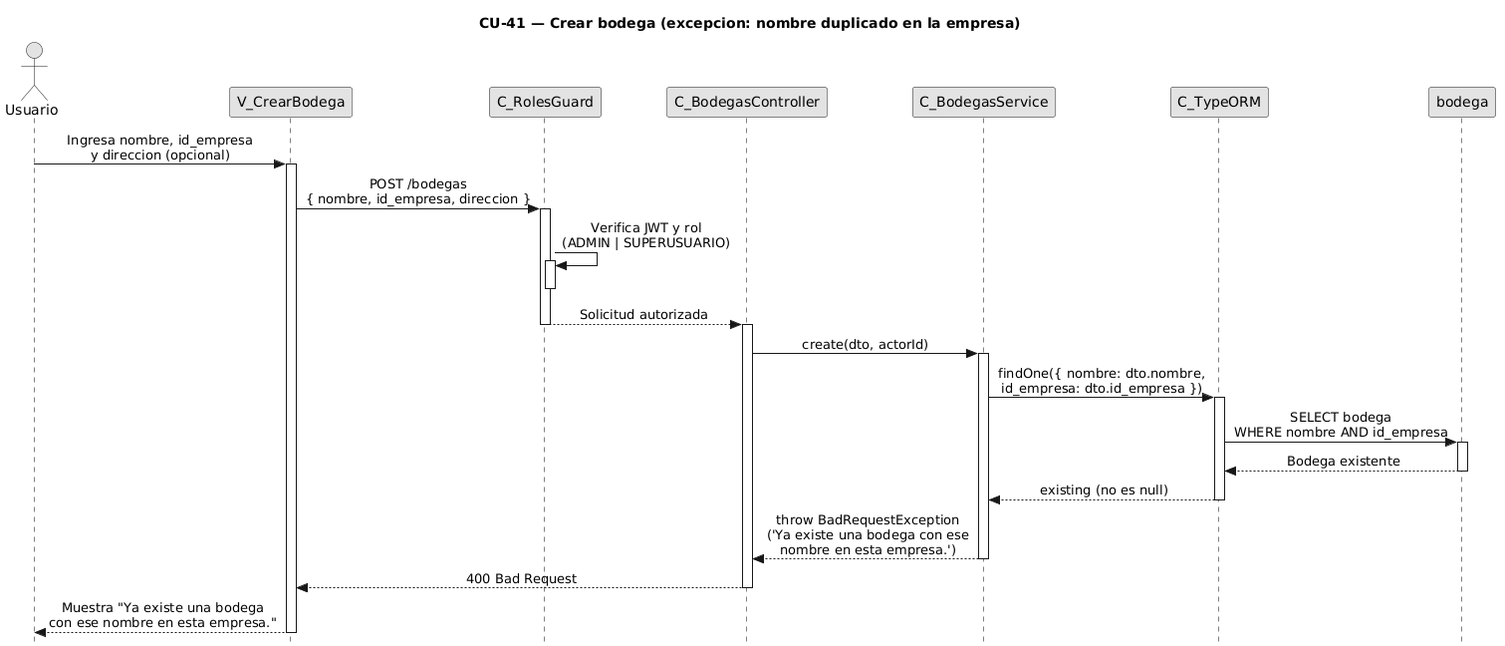
Earlier version of the PlantUML export diagramas-secuencia/CU41/CU41-exc-nombre-duplicado.png (FSM-Finet-y-Cable-Magico/Team_1-Inventario-y-Bodega).
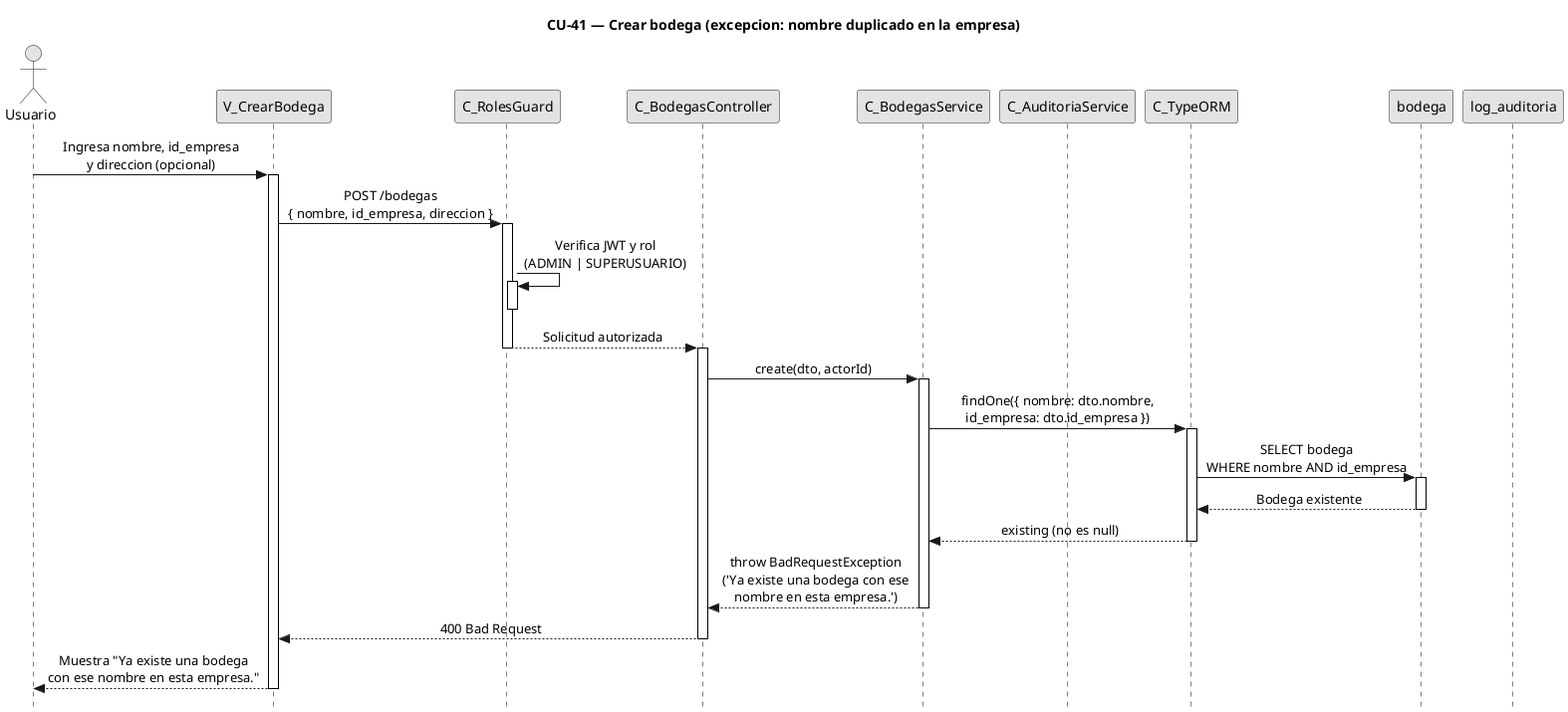
After the commit.

Diff of the diagram source:
```diff
@@ -1,4 +1,4 @@
-@startuml
+@startuml CU41-exc-nombre-duplicado
 title CU-41 — Crear bodega (excepcion: nombre duplicado en la empresa)
 
 skinparam style strictuml
@@ -16,8 +16,10 @@
 participant "C_RolesGuard" as guard
 participant "C_BodegasController" as ctrl
 participant "C_BodegasService" as svc
+participant "C_AuditoriaService" as aud
 participant "C_TypeORM" as orm
 participant "bodega" as bent
+participant "log_auditoria" as aent
 
 user -> view : Ingresa nombre, id_empresa\ny direccion (opcional)
 activate view
@@ -55,4 +57,5 @@
 
 view --> user : Muestra "Ya existe una bodega\ncon ese nombre en esta empresa."
 deactivate view
+
 @enduml
```
